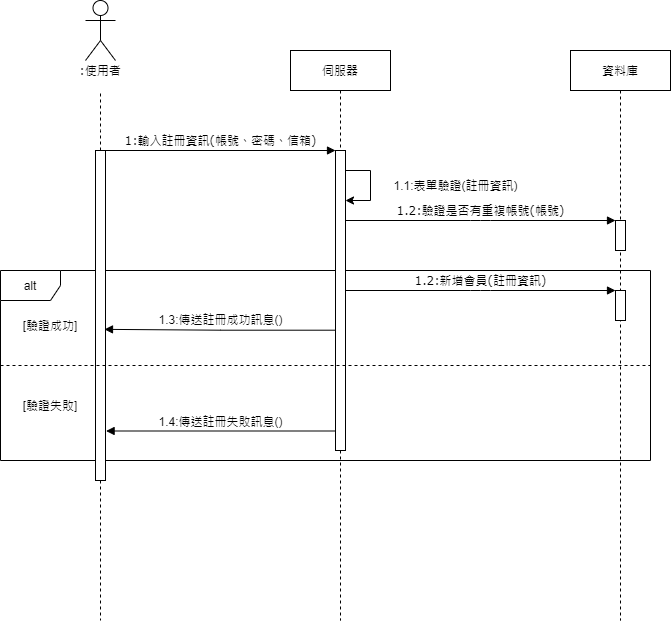
Before: src/main/uml/register-2.png, a diagram exported from draw.io (10746010/Plearnet-back-end). Source tidied: cells renumbered, new cells last; positions are measured from the earlier drawing's top-left corner, leaving out a move shared by most shapes. The source it was exported from:
```xml
<mxGraphModel background="#ffffff">
  <root>
    <mxCell id="0" />
    <mxCell id="1" parent="0" />
    <mxCell id="2" value="alt" style="shape=umlFrame;whiteSpace=wrap;html=1;flipH=0;sketch=0;" parent="1" vertex="1">
      <mxGeometry y="270" width="650" height="190" as="geometry" />
    </mxCell>
    <mxCell id="3" value="伺服器" style="shape=umlLifeline;perimeter=lifelinePerimeter;whiteSpace=wrap;html=1;rounded=0;shadow=0;comic=0;labelBackgroundColor=none;strokeWidth=1;fontFamily=Verdana;fontSize=12;align=center;" parent="1" vertex="1">
      <mxGeometry x="290" y="50" width="100" height="570" as="geometry" />
    </mxCell>
    <mxCell id="4" value="1.1:表單驗證(註冊資訊)" style="edgeStyle=orthogonalEdgeStyle;rounded=0;orthogonalLoop=1;jettySize=auto;html=1;fontSize=12;" parent="3" edge="1">
      <mxGeometry y="85" relative="1" as="geometry">
        <mxPoint x="55" y="120" as="sourcePoint" />
        <mxPoint x="55" y="150" as="targetPoint" />
        <Array as="points">
          <mxPoint x="80" y="120" />
          <mxPoint x="80" y="150" />
        </Array>
      </mxGeometry>
    </mxCell>
    <mxCell id="5" style="html=1;points=[];perimeter=orthogonalPerimeter;sketch=0;" parent="3" vertex="1">
      <mxGeometry x="45" y="100" width="10" height="300" as="geometry" />
    </mxCell>
    <mxCell id="6" value="資料庫" style="shape=umlLifeline;perimeter=lifelinePerimeter;whiteSpace=wrap;html=1;rounded=0;shadow=0;comic=0;labelBackgroundColor=none;strokeWidth=1;fontFamily=Verdana;fontSize=12;align=center;" parent="1" vertex="1">
      <mxGeometry x="570" y="50" width="100" height="570" as="geometry" />
    </mxCell>
    <mxCell id="7" style="html=1;points=[];perimeter=orthogonalPerimeter;rounded=0;shadow=0;comic=0;labelBackgroundColor=none;strokeWidth=1;fontFamily=Verdana;fontSize=12;align=center;" parent="6" vertex="1">
      <mxGeometry x="45" y="170" width="10" height="30" as="geometry" />
    </mxCell>
    <mxCell id="8" style="html=1;points=[];perimeter=orthogonalPerimeter;rounded=0;shadow=0;comic=0;labelBackgroundColor=none;strokeWidth=1;fontFamily=Verdana;fontSize=12;align=center;" parent="6" vertex="1">
      <mxGeometry x="45" y="240" width="10" height="30" as="geometry" />
    </mxCell>
    <mxCell id="9" value="1.2:新增會員(註冊資訊)" style="html=1;verticalAlign=bottom;endArrow=block;entryX=0;entryY=0;labelBackgroundColor=none;fontFamily=Verdana;fontSize=12;edgeStyle=elbowEdgeStyle;elbow=vertical;" parent="6" edge="1" target="8">
      <mxGeometry relative="1" as="geometry">
        <mxPoint x="-225" y="240" as="sourcePoint" />
      </mxGeometry>
    </mxCell>
    <mxCell id="10" value=":使用者" style="shape=umlLifeline;perimeter=lifelinePerimeter;whiteSpace=wrap;html=1;rounded=1;shadow=0;comic=0;labelBackgroundColor=none;strokeWidth=1;fontFamily=Verdana;fontSize=12;align=center;fillColor=none;size=40;strokeColor=none;" parent="1" vertex="1">
      <mxGeometry x="50" y="50" width="100" height="550" as="geometry" />
    </mxCell>
    <mxCell id="11" style="html=1;points=[];perimeter=orthogonalPerimeter;rounded=0;shadow=0;comic=0;labelBackgroundColor=none;strokeWidth=1;fontFamily=Verdana;fontSize=12;align=center;" parent="10" vertex="1">
      <mxGeometry x="45" y="100" width="10" height="330" as="geometry" />
    </mxCell>
    <mxCell id="12" value="1:輸入註冊資訊(帳號、密碼、信箱)" style="html=1;verticalAlign=bottom;endArrow=block;entryX=0;entryY=0;labelBackgroundColor=none;fontFamily=Verdana;fontSize=12;edgeStyle=elbowEdgeStyle;elbow=vertical;" parent="1" edge="1" source="11" target="5">
      <mxGeometry relative="1" as="geometry" />
    </mxCell>
    <mxCell id="13" value="1.2:驗證是否有重複帳號(帳號)" style="html=1;verticalAlign=bottom;endArrow=block;entryX=0;entryY=0;labelBackgroundColor=none;fontFamily=Verdana;fontSize=12;edgeStyle=elbowEdgeStyle;elbow=vertical;" parent="1" edge="1" target="7">
      <mxGeometry relative="1" as="geometry">
        <mxPoint x="345" y="220" as="sourcePoint" />
      </mxGeometry>
    </mxCell>
    <mxCell id="14" style="shape=umlActor;verticalLabelPosition=bottom;verticalAlign=top;html=1;fillColor=none;gradientColor=none;" parent="1" vertex="1">
      <mxGeometry x="85" width="30" height="60" as="geometry" />
    </mxCell>
    <mxCell id="15" style="edgeStyle=orthogonalEdgeStyle;rounded=0;jettySize=auto;html=1;endArrow=none;endFill=0;dashed=1;" parent="1" edge="1" source="11">
      <mxGeometry relative="1" as="geometry">
        <mxPoint x="100" y="90" as="targetPoint" />
        <Array as="points">
          <mxPoint x="100" y="130" />
          <mxPoint x="100" y="130" />
        </Array>
      </mxGeometry>
    </mxCell>
    <mxCell id="16" value="1.3:傳送註冊成功訊息()" style="html=1;verticalAlign=bottom;endArrow=block;rounded=0;edgeStyle=orthogonalEdgeStyle;fontSize=12;entryX=0.9;entryY=0.542;entryDx=0;entryDy=0;entryPerimeter=0;exitX=0.02;exitY=0.599;exitDx=0;exitDy=0;exitPerimeter=0;" parent="1" edge="1" source="5" target="11">
      <mxGeometry relative="1" as="geometry" />
    </mxCell>
    <mxCell id="17" style="edgeStyle=orthogonalEdgeStyle;rounded=0;jettySize=auto;html=1;fontSize=12;endArrow=none;endFill=0;dashed=1;" parent="1" edge="1" source="11">
      <mxGeometry relative="1" as="geometry">
        <mxPoint x="100" y="620" as="targetPoint" />
        <Array as="points">
          <mxPoint x="100" y="540" />
        </Array>
      </mxGeometry>
    </mxCell>
    <mxCell id="18" style="line;strokeWidth=1;fillColor=none;align=left;verticalAlign=middle;spacingTop=-1;spacingLeft=3;spacingRight=3;labelPosition=right;sketch=0;fontSize=12;dashed=1;" parent="1" vertex="1">
      <mxGeometry y="361" width="650" height="8" as="geometry" />
    </mxCell>
    <mxCell id="19" value="[驗證成功]" style="text;html=1;strokeColor=none;fillColor=none;align=center;verticalAlign=middle;whiteSpace=wrap;rounded=0;dashed=1;sketch=0;fontSize=12;" parent="1" vertex="1">
      <mxGeometry x="20" y="315" width="60" height="20" as="geometry" />
    </mxCell>
    <mxCell id="20" value="[驗證失敗]" style="text;html=1;strokeColor=none;fillColor=none;align=center;verticalAlign=middle;whiteSpace=wrap;rounded=0;dashed=1;sketch=0;fontSize=12;" parent="1" vertex="1">
      <mxGeometry x="20" y="395" width="60" height="20" as="geometry" />
    </mxCell>
    <mxCell id="21" value="1.4:傳送註冊失敗訊息()" style="html=1;verticalAlign=bottom;endArrow=block;rounded=0;edgeStyle=orthogonalEdgeStyle;fontSize=12;exitX=0.02;exitY=0.935;exitDx=0;exitDy=0;exitPerimeter=0;entryX=1.06;entryY=0.85;entryDx=0;entryDy=0;entryPerimeter=0;" parent="1" edge="1" source="5" target="11">
      <mxGeometry relative="1" as="geometry" />
    </mxCell>
  </root>
</mxGraphModel>
```
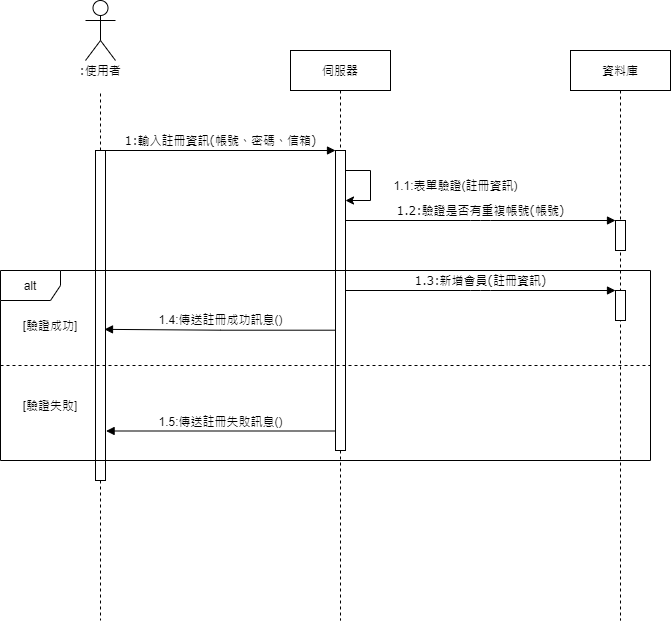
Above is the later version.

Commit message:
update register Sequence Diagram

Diff of the diagram source:
```diff
@@ -2,9 +2,6 @@
   <root>
     <mxCell id="0" />
     <mxCell id="1" parent="0" />
-    <mxCell id="2" value="alt" style="shape=umlFrame;whiteSpace=wrap;html=1;flipH=0;sketch=0;" parent="1" vertex="1">
-      <mxGeometry y="270" width="650" height="190" as="geometry" />
-    </mxCell>
     <mxCell id="3" value="伺服器" style="shape=umlLifeline;perimeter=lifelinePerimeter;whiteSpace=wrap;html=1;rounded=0;shadow=0;comic=0;labelBackgroundColor=none;strokeWidth=1;fontFamily=Verdana;fontSize=12;align=center;" parent="1" vertex="1">
       <mxGeometry x="290" y="50" width="100" height="570" as="geometry" />
     </mxCell>
@@ -30,7 +27,7 @@
     <mxCell id="8" style="html=1;points=[];perimeter=orthogonalPerimeter;rounded=0;shadow=0;comic=0;labelBackgroundColor=none;strokeWidth=1;fontFamily=Verdana;fontSize=12;align=center;" parent="6" vertex="1">
       <mxGeometry x="45" y="240" width="10" height="30" as="geometry" />
     </mxCell>
-    <mxCell id="9" value="1.2:新增會員(註冊資訊)" style="html=1;verticalAlign=bottom;endArrow=block;entryX=0;entryY=0;labelBackgroundColor=none;fontFamily=Verdana;fontSize=12;edgeStyle=elbowEdgeStyle;elbow=vertical;" parent="6" edge="1" target="8">
+    <mxCell id="9" value="1.3:新增會員(註冊資訊)" style="html=1;verticalAlign=bottom;endArrow=block;entryX=0;entryY=0;labelBackgroundColor=none;fontFamily=Verdana;fontSize=12;edgeStyle=elbowEdgeStyle;elbow=vertical;" parent="6" edge="1" target="8">
       <mxGeometry relative="1" as="geometry">
         <mxPoint x="-225" y="240" as="sourcePoint" />
       </mxGeometry>
@@ -61,7 +58,7 @@
         </Array>
       </mxGeometry>
     </mxCell>
-    <mxCell id="16" value="1.3:傳送註冊成功訊息()" style="html=1;verticalAlign=bottom;endArrow=block;rounded=0;edgeStyle=orthogonalEdgeStyle;fontSize=12;entryX=0.9;entryY=0.542;entryDx=0;entryDy=0;entryPerimeter=0;exitX=0.02;exitY=0.599;exitDx=0;exitDy=0;exitPerimeter=0;" parent="1" edge="1" source="5" target="11">
+    <mxCell id="16" value="1.4:傳送註冊成功訊息()" style="html=1;verticalAlign=bottom;endArrow=block;rounded=0;edgeStyle=orthogonalEdgeStyle;fontSize=12;entryX=0.9;entryY=0.542;entryDx=0;entryDy=0;entryPerimeter=0;exitX=0.02;exitY=0.599;exitDx=0;exitDy=0;exitPerimeter=0;" parent="1" edge="1" source="5" target="11">
       <mxGeometry relative="1" as="geometry" />
     </mxCell>
     <mxCell id="17" style="edgeStyle=orthogonalEdgeStyle;rounded=0;jettySize=auto;html=1;fontSize=12;endArrow=none;endFill=0;dashed=1;" parent="1" edge="1" source="11">
@@ -81,8 +78,11 @@
     <mxCell id="20" value="[驗證失敗]" style="text;html=1;strokeColor=none;fillColor=none;align=center;verticalAlign=middle;whiteSpace=wrap;rounded=0;dashed=1;sketch=0;fontSize=12;" parent="1" vertex="1">
       <mxGeometry x="20" y="395" width="60" height="20" as="geometry" />
     </mxCell>
-    <mxCell id="21" value="1.4:傳送註冊失敗訊息()" style="html=1;verticalAlign=bottom;endArrow=block;rounded=0;edgeStyle=orthogonalEdgeStyle;fontSize=12;exitX=0.02;exitY=0.935;exitDx=0;exitDy=0;exitPerimeter=0;entryX=1.06;entryY=0.85;entryDx=0;entryDy=0;entryPerimeter=0;" parent="1" edge="1" source="5" target="11">
+    <mxCell id="21" value="1.5:傳送註冊失敗訊息()" style="html=1;verticalAlign=bottom;endArrow=block;rounded=0;edgeStyle=orthogonalEdgeStyle;fontSize=12;exitX=0.02;exitY=0.935;exitDx=0;exitDy=0;exitPerimeter=0;entryX=1.06;entryY=0.85;entryDx=0;entryDy=0;entryPerimeter=0;" parent="1" edge="1" source="5" target="11">
       <mxGeometry relative="1" as="geometry" />
     </mxCell>
+    <mxCell id="2" value="alt" style="shape=umlFrame;whiteSpace=wrap;html=1;flipH=0;sketch=0;" parent="1" vertex="1">
+      <mxGeometry y="270" width="650" height="190" as="geometry" />
+    </mxCell>
   </root>
 </mxGraphModel>
```
